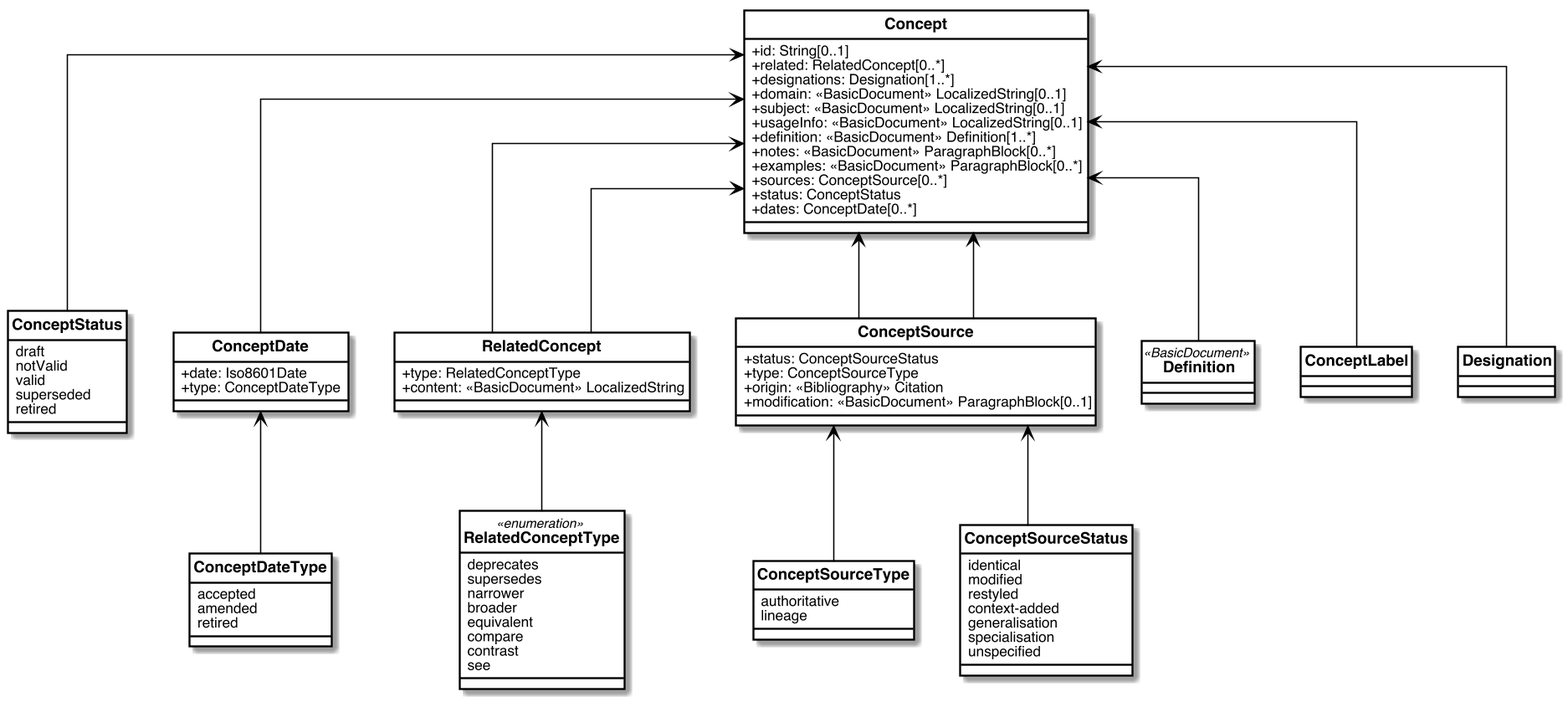
glossarist/concept-model keeps this PlantUML diagram as images/concept.png. Above is the earlier version.
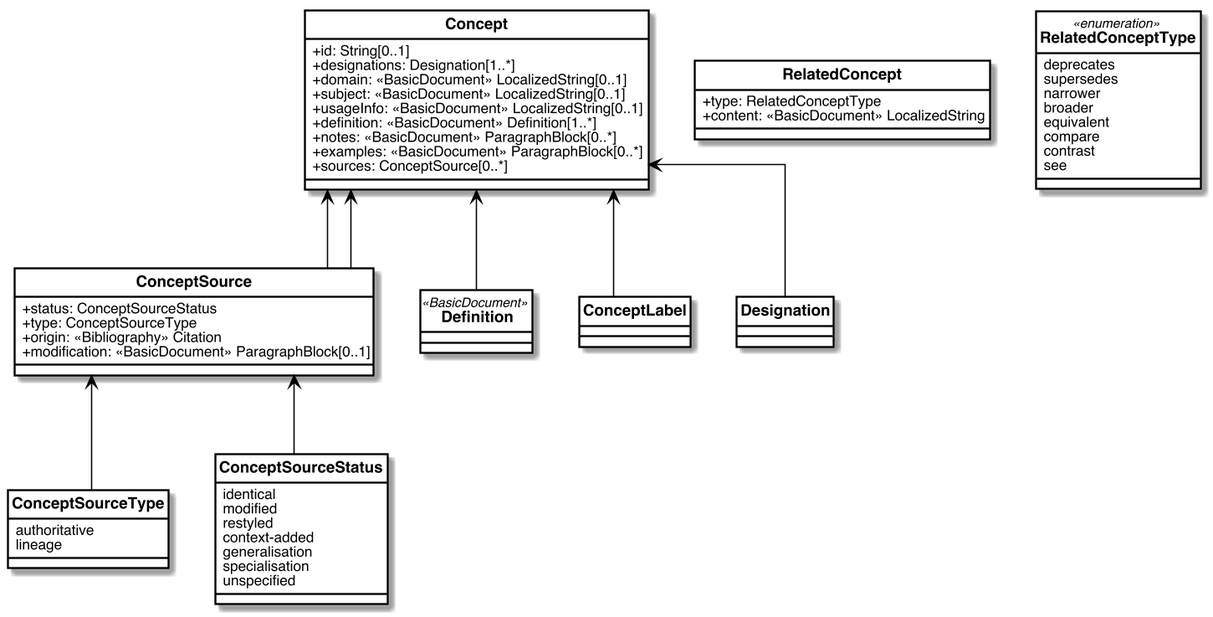
The same diagram one commit later.

Diff of the diagram source:
```diff
@@ -42,7 +42,6 @@
 
 class Concept {
   +id: String[0..1]
-  +related: RelatedConcept[0..*]
   +designations: Designation[1..*]
   +domain: <<BasicDocument>> LocalizedString[0..1]
   +subject: <<BasicDocument>> LocalizedString[0..1]
@@ -51,27 +50,6 @@
   +notes: <<BasicDocument>> ParagraphBlock[0..*]
   +examples: <<BasicDocument>> ParagraphBlock[0..*]
   +sources: ConceptSource[0..*]
-  +status: ConceptStatus
-  +dates: ConceptDate[0..*]
-}
-
-enum ConceptStatus{
-  draft
-  notValid
-  valid
-  superseded
-  retired
-}
-
-class ConceptDate {
-  +date: Iso8601Date
-  +type: ConceptDateType
-}
-
-enum ConceptDateType {
-  accepted
-  amended
-  retired
 }
 
 
@@ -119,18 +97,11 @@
 
 Concept <-- ConceptSource
 Concept <-- ConceptLabel
-Concept <-- RelatedConcept
-Concept <-- ConceptDate
-Concept <-- RelatedConcept
 Concept <-- ConceptSource
 Concept <-- Definition
 Concept <-- Designation
-Concept <-- ConceptStatus
 
 ConceptSource <-- ConceptSourceStatus
 ConceptSource <-- ConceptSourceType
-RelatedConcept <-- RelatedConceptType
-
-ConceptDate <-- ConceptDateType
 
 @enduml
```
